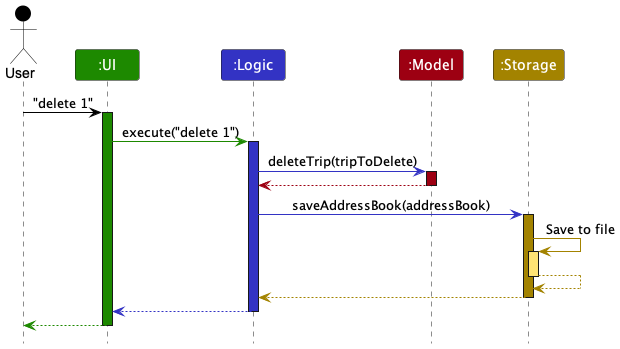
This is docs/images/ArchitectureSequenceDiagram.png from nus-cs2103-AY2223S1/tp, a PlantUML export, as it was before one commit. Source of this version:
```plantuml
@startuml
!include style.puml

Actor User as user USER_COLOR
Participant ":UI" as ui UI_COLOR
Participant ":Logic" as logic LOGIC_COLOR
Participant ":Model" as model MODEL_COLOR
Participant ":Storage" as storage STORAGE_COLOR

user -[USER_COLOR]> ui : "delete 1"
activate ui UI_COLOR

ui -[UI_COLOR]> logic : execute("delete 1")
activate logic LOGIC_COLOR

logic -[LOGIC_COLOR]> model : deleteTrip(tripToDelete)
activate model MODEL_COLOR

model -[MODEL_COLOR]-> logic
deactivate model

logic -[LOGIC_COLOR]> storage : saveAddressBook(addressBook)
activate storage STORAGE_COLOR

storage -[STORAGE_COLOR]> storage : Save to file
activate storage STORAGE_COLOR_T1
storage --[STORAGE_COLOR]> storage
deactivate storage

storage --[STORAGE_COLOR]> logic
deactivate storage

logic --[LOGIC_COLOR]> ui
deactivate logic

ui--[UI_COLOR]> user
deactivate ui
@enduml
```
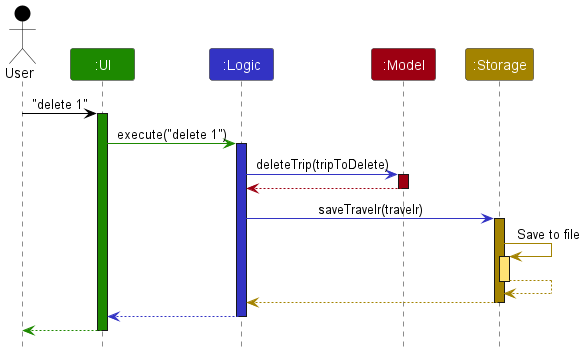
After the change.

Commit message:
Edit architecture sequence diagram

What changed in the source:
```diff
@@ -19,7 +19,7 @@
 model -[MODEL_COLOR]-> logic
 deactivate model
 
-logic -[LOGIC_COLOR]> storage : saveAddressBook(addressBook)
+logic -[LOGIC_COLOR]> storage : saveTravelr(travelr)
 activate storage STORAGE_COLOR
 
 storage -[STORAGE_COLOR]> storage : Save to file
```
